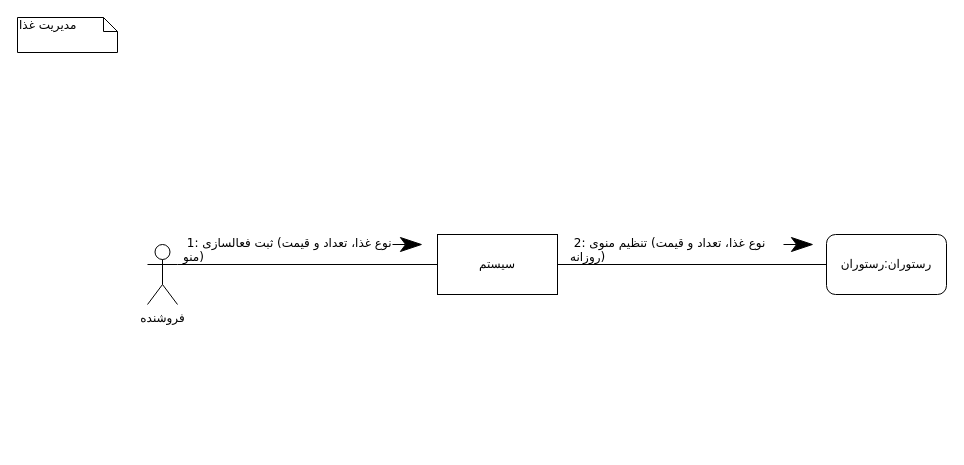
khoramian/AI-Challenge keeps this draw.io diagram as snowa.drawio. Above is the earlier version. Source tidied: cells renumbered, new cells numbered last; positions are measured from the earlier drawing's top-left corner, leaving out a move shared by most shapes. Both pictures are drawn from the tidied source at 100%, with x=0, y=0 at pixel (17, 17).
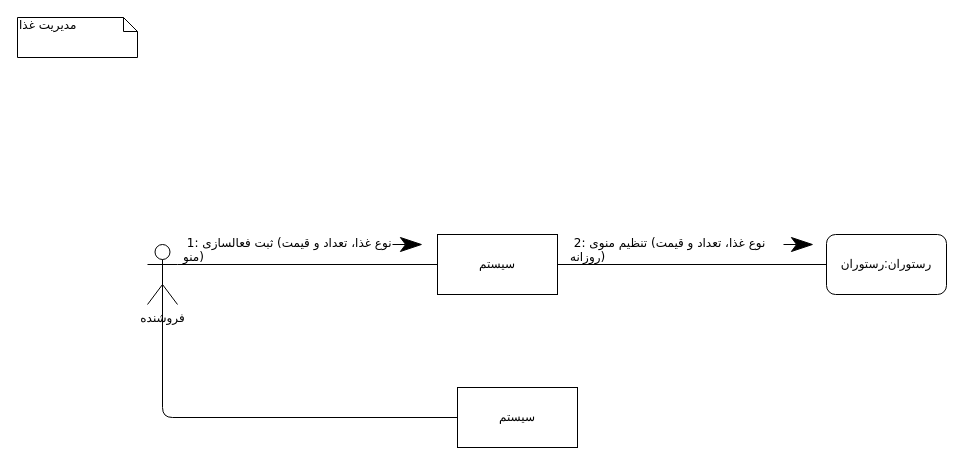
After the change.

Change to the diagram source:
```diff
@@
 <mxGraphModel>
   <root>
     <mxCell id="0" />
     <mxCell id="1" parent="0" />
     <mxCell id="2" value="&lt;span style=&quot;font-family: &amp;#34;verdana&amp;#34; ; text-align: center&quot;&gt;&amp;nbsp;2: نوع غذا، تعداد و قیمت)&amp;nbsp;&lt;/span&gt;&lt;span style=&quot;font-family: &amp;#34;verdana&amp;#34; ; text-align: center&quot;&gt;تنظیم منوی روزانه)&lt;/span&gt;" style="text;whiteSpace=wrap;html=1;" parent="1" vertex="1">
       <mxGeometry x="551" y="212" width="216" height="30" as="geometry" />
     </mxCell>
     <mxCell id="3" value="مدیریت غذا" style="shape=note;whiteSpace=wrap;html=1;size=14;verticalAlign=top;align=left;spacingTop=-6;rounded=0;shadow=0;comic=0;labelBackgroundColor=none;strokeWidth=1;fontFamily=Verdana;fontSize=12;" parent="1" vertex="1">
-      <mxGeometry width="100" height="35" as="geometry" />
+      <mxGeometry width="120" height="40" as="geometry" />
     </mxCell>
     <mxCell id="4" value="فروشنده" style="shape=umlActor;verticalLabelPosition=bottom;verticalAlign=top;html=1;outlineConnect=0;" parent="1" vertex="1">
       <mxGeometry x="130" y="227" width="30" height="60" as="geometry" />
     </mxCell>
     <mxCell id="5" value="سیستم" style="rounded=0;whiteSpace=wrap;html=1;" parent="1" vertex="1">
       <mxGeometry x="420" y="217" width="120" height="60" as="geometry" />
     </mxCell>
     <mxCell id="6" value="رستوران:رستوران" style="rounded=1;whiteSpace=wrap;html=1;" parent="1" vertex="1">
       <mxGeometry x="809" y="217" width="120" height="60" as="geometry" />
     </mxCell>
     <mxCell id="7" style="endArrow=none;html=1;exitX=1;exitY=0.5;exitDx=0;exitDy=0;entryX=0;entryY=0.5;entryDx=0;entryDy=0;" parent="1" edge="1" source="5" target="6">
       <mxGeometry relative="1" as="geometry" />
     </mxCell>
     <mxCell id="8" style="endArrow=classicThin;html=1;strokeWidth=1;endSize=20;entryX=0;entryY=0.5;entryDx=0;entryDy=0;" parent="1" edge="1">
       <mxGeometry relative="1" as="geometry">
         <mxPoint x="766" y="227" as="sourcePoint" />
         <mxPoint x="796" y="227" as="targetPoint" />
       </mxGeometry>
     </mxCell>
     <mxCell id="9" style="endArrow=classicThin;html=1;strokeWidth=1;endSize=20;entryX=0;entryY=0.5;entryDx=0;entryDy=0;" parent="1" edge="1">
       <mxGeometry relative="1" as="geometry">
         <mxPoint x="375" y="227" as="sourcePoint" />
         <mxPoint x="405" y="227" as="targetPoint" />
       </mxGeometry>
     </mxCell>
     <mxCell id="10" value="&lt;span style=&quot;font-family: &amp;#34;verdana&amp;#34; ; text-align: center&quot;&gt;&amp;nbsp;1: نوع غذا، تعداد و قیمت)&amp;nbsp;&lt;/span&gt;&lt;span style=&quot;font-family: &amp;#34;verdana&amp;#34; ; text-align: center&quot;&gt;ثبت فعالسازی منو)&lt;/span&gt;" style="text;whiteSpace=wrap;html=1;" parent="1" vertex="1">
       <mxGeometry x="164" y="212" width="216" height="30" as="geometry" />
     </mxCell>
     <mxCell id="11" style="endArrow=none;html=1;exitX=1;exitY=0.3333333333333333;exitDx=0;exitDy=0;entryX=0;entryY=0.5;entryDx=0;entryDy=0;exitPerimeter=0;" parent="1" edge="1" source="4" target="5">
       <mxGeometry relative="1" as="geometry" />
     </mxCell>
+    <mxCell id="12" style="endArrow=none;html=1;exitX=0.5;exitY=0.5;exitDx=0;exitDy=0;exitPerimeter=0;" parent="1" edge="1" source="4">
+      <mxGeometry relative="1" as="geometry">
+        <mxPoint x="440" y="400" as="targetPoint" />
+        <Array as="points">
+          <mxPoint x="145" y="400" />
+        </Array>
+      </mxGeometry>
+    </mxCell>
+    <mxCell id="13" value="سیستم" style="rounded=0;whiteSpace=wrap;html=1;" parent="1" vertex="1">
+      <mxGeometry x="440" y="370" width="120" height="60" as="geometry" />
+    </mxCell>
   </root>
 </mxGraphModel>
```
